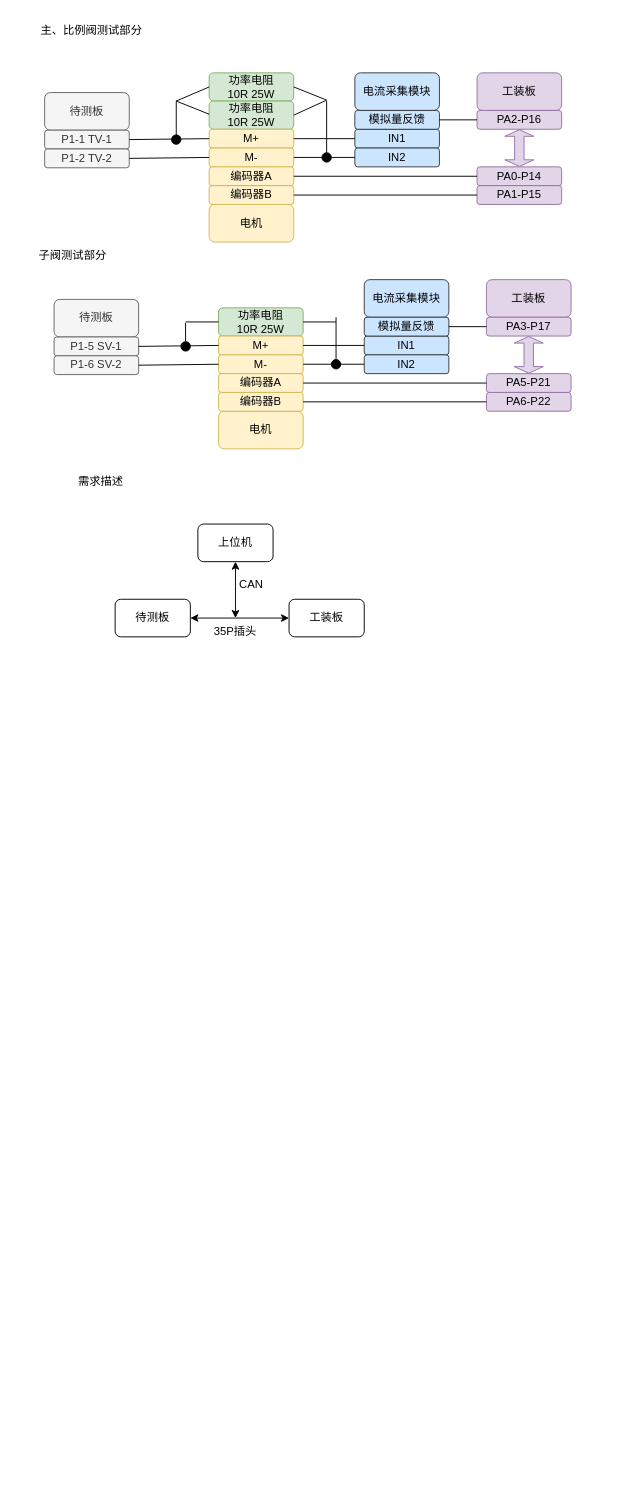
This is NMC215.drawio from Hanye1108/drawio, a draw.io file, before an edit. Source tidied: cells renumbered, new cells numbered last; positions are measured from the earlier drawing's top-left corner, leaving out a move shared by most shapes. Both pictures are drawn from the tidied source at 94%, with x=0, y=0 at pixel (16, 16).
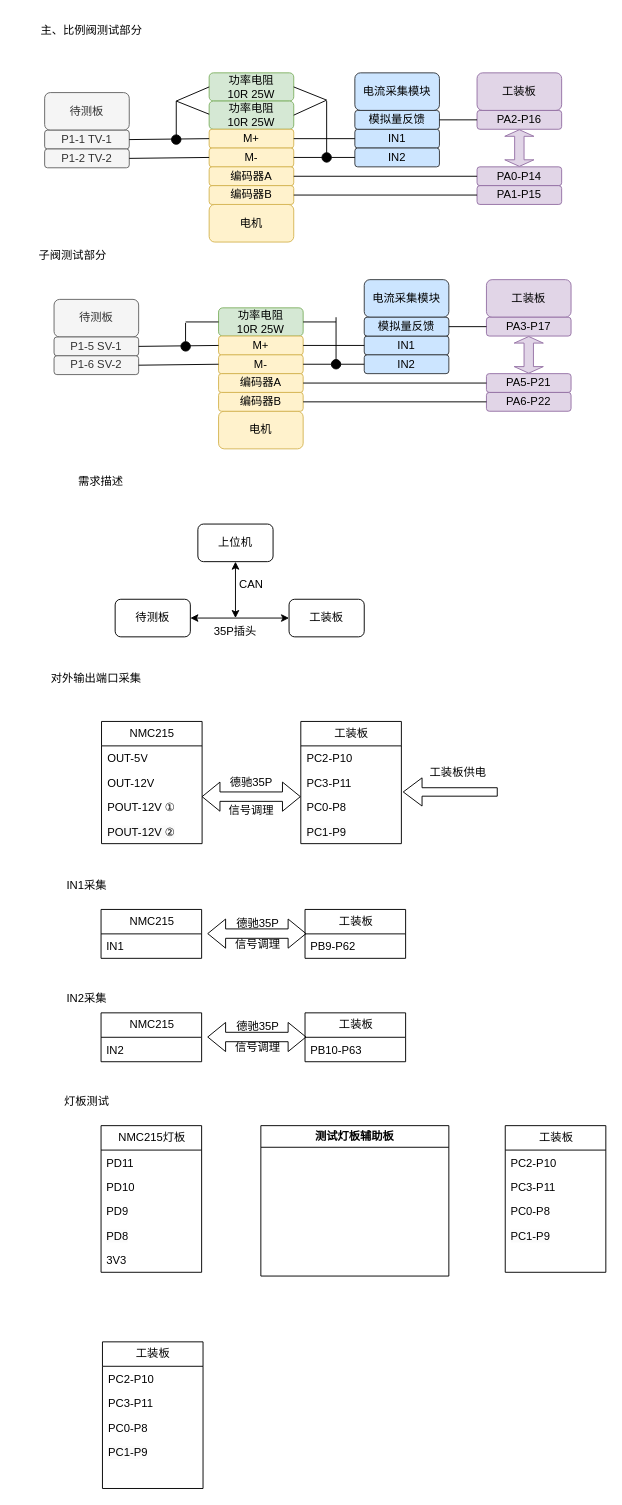
After the change.

What changed in the source:
```diff
@@
+    <mxCell id="77" value="对外输出端口采集" style="text;strokeColor=none;align=center;fillColor=none;html=1;verticalAlign=middle;whiteSpace=wrap;rounded=0;" parent="1" vertex="1">
+      <mxGeometry x="25" y="690" width="120" height="30" as="geometry" />
+    </mxCell>
+    <mxCell id="78" style="shape=singleArrow;direction=west;whiteSpace=wrap;html=1;" parent="1" vertex="1">
+      <mxGeometry x="411.5" y="810" width="100" height="30" as="geometry" />
+    </mxCell>
+    <mxCell id="79" value="工装板供电" style="text;strokeColor=none;align=center;fillColor=none;html=1;verticalAlign=middle;whiteSpace=wrap;rounded=0;" parent="1" vertex="1">
+      <mxGeometry x="409.5" y="790" width="120" height="30" as="geometry" />
+    </mxCell>
+    <mxCell id="80" style="shape=flexArrow;endArrow=classic;startArrow=classic;html=1;rounded=0;entryX=0;entryY=0.5;entryDx=0;entryDy=0;exitX=1;exitY=0.5;exitDx=0;exitDy=0;" parent="1" edge="1">
+      <mxGeometry relative="1" as="geometry">
+        <mxPoint x="197" y="830" as="sourcePoint" />
+        <mxPoint x="302.5" y="830" as="targetPoint" />
+      </mxGeometry>
+    </mxCell>
+    <mxCell id="81" value="德驰35P" style="text;strokeColor=none;align=center;fillColor=none;html=1;verticalAlign=middle;whiteSpace=wrap;rounded=0;" parent="1" vertex="1">
+      <mxGeometry x="190" y="800" width="120" height="30" as="geometry" />
+    </mxCell>
+    <mxCell id="82" value="NMC215" style="swimlane;fontStyle=0;horizontal=1;startSize=26;fillColor=none;html=1;" parent="1" vertex="1">
+      <mxGeometry x="90.5" y="750" width="107" height="130" as="geometry" />
+    </mxCell>
+    <mxCell id="83" value="OUT-5V" style="text;strokeColor=none;fillColor=none;align=left;verticalAlign=top;spacingLeft=4;spacingRight=4;overflow=hidden;whiteSpace=wrap;html=1;" parent="82" vertex="1">
+      <mxGeometry y="26" width="107" height="26" as="geometry" />
+    </mxCell>
+    <mxCell id="84" value="OUT-12V" style="text;strokeColor=none;fillColor=none;align=left;verticalAlign=top;spacingLeft=4;spacingRight=4;overflow=hidden;whiteSpace=wrap;html=1;" parent="82" vertex="1">
+      <mxGeometry y="52" width="107" height="26" as="geometry" />
+    </mxCell>
+    <mxCell id="85" value="POUT-12V ①" style="text;strokeColor=none;fillColor=none;align=left;verticalAlign=top;spacingLeft=4;spacingRight=4;overflow=hidden;whiteSpace=wrap;html=1;" parent="82" vertex="1">
+      <mxGeometry y="78" width="107" height="26" as="geometry" />
+    </mxCell>
+    <mxCell id="86" value="&lt;span style=&quot;color: rgb(0, 0, 0); font-family: Helvetica; font-size: 12px; font-style: normal; font-variant-ligatures: normal; font-variant-caps: normal; font-weight: 400; letter-spacing: normal; orphans: 2; text-align: left; text-indent: 0px; text-transform: none; widows: 2; word-spacing: 0px; -webkit-text-stroke-width: 0px; white-space: normal; background-color: rgb(251, 251, 251); text-decoration-thickness: initial; text-decoration-style: initial; text-decoration-color: initial; display: inline !important; float: none;&quot;&gt;POUT-12V ②&lt;/span&gt;" style="text;strokeColor=none;fillColor=none;align=left;verticalAlign=top;spacingLeft=4;spacingRight=4;overflow=hidden;whiteSpace=wrap;html=1;" parent="82" vertex="1">
+      <mxGeometry y="104" width="107" height="26" as="geometry" />
+    </mxCell>
+    <mxCell id="87" value="工装板" style="swimlane;fontStyle=0;horizontal=1;startSize=26;fillColor=none;html=1;" parent="1" vertex="1">
+      <mxGeometry x="302.5" y="750" width="107" height="130" as="geometry" />
+    </mxCell>
+    <mxCell id="88" value="PC2-P10" style="text;strokeColor=none;fillColor=none;align=left;verticalAlign=top;spacingLeft=4;spacingRight=4;overflow=hidden;whiteSpace=wrap;html=1;" parent="87" vertex="1">
+      <mxGeometry y="26" width="107" height="26" as="geometry" />
+    </mxCell>
+    <mxCell id="89" value="PC3-P11" style="text;strokeColor=none;fillColor=none;align=left;verticalAlign=top;spacingLeft=4;spacingRight=4;overflow=hidden;whiteSpace=wrap;html=1;" parent="87" vertex="1">
+      <mxGeometry y="52" width="107" height="26" as="geometry" />
+    </mxCell>
+    <mxCell id="90" value="PC0-P8" style="text;strokeColor=none;fillColor=none;align=left;verticalAlign=top;spacingLeft=4;spacingRight=4;overflow=hidden;whiteSpace=wrap;html=1;" parent="87" vertex="1">
+      <mxGeometry y="78" width="107" height="26" as="geometry" />
+    </mxCell>
+    <mxCell id="91" value="&lt;span style=&quot;color: rgb(0, 0, 0); font-family: Helvetica; font-size: 12px; font-style: normal; font-variant-ligatures: normal; font-variant-caps: normal; font-weight: 400; letter-spacing: normal; orphans: 2; text-align: left; text-indent: 0px; text-transform: none; widows: 2; word-spacing: 0px; -webkit-text-stroke-width: 0px; white-space: normal; background-color: rgb(251, 251, 251); text-decoration-thickness: initial; text-decoration-style: initial; text-decoration-color: initial; display: inline !important; float: none;&quot;&gt;PC1-P9&lt;/span&gt;" style="text;strokeColor=none;fillColor=none;align=left;verticalAlign=top;spacingLeft=4;spacingRight=4;overflow=hidden;whiteSpace=wrap;html=1;" parent="87" vertex="1">
+      <mxGeometry y="104" width="107" height="26" as="geometry" />
+    </mxCell>
+    <mxCell id="92" value="信号调理" style="text;strokeColor=none;align=center;fillColor=none;html=1;verticalAlign=middle;whiteSpace=wrap;rounded=0;" parent="1" vertex="1">
+      <mxGeometry x="190" y="830" width="120" height="30" as="geometry" />
+    </mxCell>
+    <mxCell id="93" value="IN1采集" style="text;strokeColor=none;align=center;fillColor=none;html=1;verticalAlign=middle;whiteSpace=wrap;rounded=0;" parent="1" vertex="1">
+      <mxGeometry x="15" y="910" width="120" height="30" as="geometry" />
+    </mxCell>
+    <mxCell id="94" style="shape=flexArrow;endArrow=classic;startArrow=classic;html=1;rounded=0;entryX=0;entryY=0.5;entryDx=0;entryDy=0;exitX=1;exitY=0.5;exitDx=0;exitDy=0;" parent="1" edge="1">
+      <mxGeometry relative="1" as="geometry">
+        <mxPoint x="203" y="975.7" as="sourcePoint" />
+        <mxPoint x="308.5" y="975.7" as="targetPoint" />
+      </mxGeometry>
+    </mxCell>
+    <mxCell id="95" value="德驰35P" style="text;strokeColor=none;align=center;fillColor=none;html=1;verticalAlign=middle;whiteSpace=wrap;rounded=0;" parent="1" vertex="1">
+      <mxGeometry x="197" y="950" width="120" height="30" as="geometry" />
+    </mxCell>
+    <mxCell id="96" value="NMC215" style="swimlane;fontStyle=0;horizontal=1;startSize=26;fillColor=none;html=1;" parent="1" vertex="1">
+      <mxGeometry x="90" y="950" width="107" height="52" as="geometry" />
+    </mxCell>
+    <mxCell id="97" value="IN1" style="text;strokeColor=none;fillColor=none;align=left;verticalAlign=top;spacingLeft=4;spacingRight=4;overflow=hidden;whiteSpace=wrap;html=1;" parent="96" vertex="1">
+      <mxGeometry y="26" width="107" height="26" as="geometry" />
+    </mxCell>
+    <mxCell id="98" value="工装板" style="swimlane;fontStyle=0;horizontal=1;startSize=26;fillColor=none;html=1;" parent="1" vertex="1">
+      <mxGeometry x="307" y="950" width="107" height="52" as="geometry" />
+    </mxCell>
+    <mxCell id="99" value="PB9-P62" style="text;strokeColor=none;fillColor=none;align=left;verticalAlign=top;spacingLeft=4;spacingRight=4;overflow=hidden;whiteSpace=wrap;html=1;" parent="98" vertex="1">
+      <mxGeometry y="26" width="107" height="26" as="geometry" />
+    </mxCell>
+    <mxCell id="100" value="信号调理" style="text;strokeColor=none;align=center;fillColor=none;html=1;verticalAlign=middle;whiteSpace=wrap;rounded=0;" parent="1" vertex="1">
+      <mxGeometry x="197" y="972" width="120" height="30" as="geometry" />
+    </mxCell>
+    <mxCell id="101" style="edgeStyle=orthogonalEdgeStyle;rounded=0;orthogonalLoop=1;jettySize=auto;html=1;exitX=0.5;exitY=1;exitDx=0;exitDy=0;" parent="1" edge="1" source="95" target="95">
+      <mxGeometry relative="1" as="geometry" />
+    </mxCell>
+    <mxCell id="102" style="shape=flexArrow;endArrow=classic;startArrow=classic;html=1;rounded=0;entryX=0;entryY=0.5;entryDx=0;entryDy=0;exitX=1;exitY=0.5;exitDx=0;exitDy=0;" parent="1" edge="1">
+      <mxGeometry relative="1" as="geometry">
+        <mxPoint x="203" y="1085.7" as="sourcePoint" />
+        <mxPoint x="308.5" y="1085.7" as="targetPoint" />
+      </mxGeometry>
+    </mxCell>
+    <mxCell id="103" value="德驰35P" style="text;strokeColor=none;align=center;fillColor=none;html=1;verticalAlign=middle;whiteSpace=wrap;rounded=0;" parent="1" vertex="1">
+      <mxGeometry x="197" y="1060" width="120" height="30" as="geometry" />
+    </mxCell>
+    <mxCell id="104" value="NMC215" style="swimlane;fontStyle=0;horizontal=1;startSize=26;fillColor=none;html=1;" parent="1" vertex="1">
+      <mxGeometry x="90" y="1060" width="107" height="52" as="geometry" />
+    </mxCell>
+    <mxCell id="105" value="IN2" style="text;strokeColor=none;fillColor=none;align=left;verticalAlign=top;spacingLeft=4;spacingRight=4;overflow=hidden;whiteSpace=wrap;html=1;" parent="104" vertex="1">
+      <mxGeometry y="26" width="107" height="26" as="geometry" />
+    </mxCell>
+    <mxCell id="106" value="工装板" style="swimlane;fontStyle=0;horizontal=1;startSize=26;fillColor=none;html=1;" parent="1" vertex="1">
+      <mxGeometry x="307" y="1060" width="107" height="52" as="geometry" />
+    </mxCell>
+    <mxCell id="107" value="PB10-P63" style="text;strokeColor=none;fillColor=none;align=left;verticalAlign=top;spacingLeft=4;spacingRight=4;overflow=hidden;whiteSpace=wrap;html=1;" parent="106" vertex="1">
+      <mxGeometry y="26" width="107" height="26" as="geometry" />
+    </mxCell>
+    <mxCell id="108" value="信号调理" style="text;strokeColor=none;align=center;fillColor=none;html=1;verticalAlign=middle;whiteSpace=wrap;rounded=0;" parent="1" vertex="1">
+      <mxGeometry x="197" y="1082" width="120" height="30" as="geometry" />
+    </mxCell>
+    <mxCell id="109" style="edgeStyle=orthogonalEdgeStyle;rounded=0;orthogonalLoop=1;jettySize=auto;html=1;exitX=0.5;exitY=1;exitDx=0;exitDy=0;" parent="1" edge="1" source="103" target="103">
+      <mxGeometry relative="1" as="geometry" />
+    </mxCell>
+    <mxCell id="110" value="IN2采集" style="text;strokeColor=none;align=center;fillColor=none;html=1;verticalAlign=middle;whiteSpace=wrap;rounded=0;" parent="1" vertex="1">
+      <mxGeometry x="15" y="1030" width="120" height="30" as="geometry" />
+    </mxCell>
+    <mxCell id="111" value="灯板测试" style="text;strokeColor=none;align=center;fillColor=none;html=1;verticalAlign=middle;whiteSpace=wrap;rounded=0;" parent="1" vertex="1">
+      <mxGeometry x="15" y="1140" width="120" height="30" as="geometry" />
+    </mxCell>
+    <mxCell id="112" value="NMC215灯板" style="swimlane;fontStyle=0;horizontal=1;startSize=26;fillColor=none;html=1;" parent="1" vertex="1">
+      <mxGeometry x="90" y="1180" width="107" height="156" as="geometry" />
+    </mxCell>
+    <mxCell id="113" value="PD11" style="text;strokeColor=none;fillColor=none;align=left;verticalAlign=top;spacingLeft=4;spacingRight=4;overflow=hidden;whiteSpace=wrap;html=1;" parent="112" vertex="1">
+      <mxGeometry y="26" width="107" height="26" as="geometry" />
+    </mxCell>
+    <mxCell id="114" value="PD10" style="text;strokeColor=none;fillColor=none;align=left;verticalAlign=top;spacingLeft=4;spacingRight=4;overflow=hidden;whiteSpace=wrap;html=1;" parent="112" vertex="1">
+      <mxGeometry y="52" width="107" height="26" as="geometry" />
+    </mxCell>
+    <mxCell id="115" value="PD9" style="text;strokeColor=none;fillColor=none;align=left;verticalAlign=top;spacingLeft=4;spacingRight=4;overflow=hidden;whiteSpace=wrap;html=1;" parent="112" vertex="1">
+      <mxGeometry y="78" width="107" height="26" as="geometry" />
+    </mxCell>
+    <mxCell id="116" value="&lt;span style=&quot;color: rgb(0, 0, 0); font-family: Helvetica; font-size: 12px; font-style: normal; font-variant-ligatures: normal; font-variant-caps: normal; font-weight: 400; letter-spacing: normal; orphans: 2; text-align: left; text-indent: 0px; text-transform: none; widows: 2; word-spacing: 0px; -webkit-text-stroke-width: 0px; white-space: normal; background-color: rgb(251, 251, 251); text-decoration-thickness: initial; text-decoration-style: initial; text-decoration-color: initial; display: inline !important; float: none;&quot;&gt;PD8&lt;/span&gt;" style="text;strokeColor=none;fillColor=none;align=left;verticalAlign=top;spacingLeft=4;spacingRight=4;overflow=hidden;whiteSpace=wrap;html=1;" parent="112" vertex="1">
+      <mxGeometry y="104" width="107" height="26" as="geometry" />
+    </mxCell>
+    <mxCell id="117" value="3V3" style="text;strokeColor=none;fillColor=none;align=left;verticalAlign=top;spacingLeft=4;spacingRight=4;overflow=hidden;whiteSpace=wrap;html=1;" parent="112" vertex="1">
+      <mxGeometry y="130" width="107" height="26" as="geometry" />
+    </mxCell>
+    <mxCell id="118" value="工装板" style="swimlane;fontStyle=0;horizontal=1;startSize=26;fillColor=none;html=1;" parent="1" vertex="1">
+      <mxGeometry x="520" y="1180" width="107" height="156" as="geometry" />
+    </mxCell>
+    <mxCell id="119" value="PC2-P10" style="text;strokeColor=none;fillColor=none;align=left;verticalAlign=top;spacingLeft=4;spacingRight=4;overflow=hidden;whiteSpace=wrap;html=1;" parent="118" vertex="1">
+      <mxGeometry y="26" width="107" height="26" as="geometry" />
+    </mxCell>
+    <mxCell id="120" value="PC3-P11" style="text;strokeColor=none;fillColor=none;align=left;verticalAlign=top;spacingLeft=4;spacingRight=4;overflow=hidden;whiteSpace=wrap;html=1;" parent="118" vertex="1">
+      <mxGeometry y="52" width="107" height="26" as="geometry" />
+    </mxCell>
+    <mxCell id="121" value="PC0-P8" style="text;strokeColor=none;fillColor=none;align=left;verticalAlign=top;spacingLeft=4;spacingRight=4;overflow=hidden;whiteSpace=wrap;html=1;" parent="118" vertex="1">
+      <mxGeometry y="78" width="107" height="26" as="geometry" />
+    </mxCell>
+    <mxCell id="122" value="&lt;span style=&quot;color: rgb(0, 0, 0); font-family: Helvetica; font-size: 12px; font-style: normal; font-variant-ligatures: normal; font-variant-caps: normal; font-weight: 400; letter-spacing: normal; orphans: 2; text-align: left; text-indent: 0px; text-transform: none; widows: 2; word-spacing: 0px; -webkit-text-stroke-width: 0px; white-space: normal; background-color: rgb(251, 251, 251); text-decoration-thickness: initial; text-decoration-style: initial; text-decoration-color: initial; display: inline !important; float: none;&quot;&gt;PC1-P9&lt;/span&gt;" style="text;strokeColor=none;fillColor=none;align=left;verticalAlign=top;spacingLeft=4;spacingRight=4;overflow=hidden;whiteSpace=wrap;html=1;" parent="118" vertex="1">
+      <mxGeometry y="104" width="107" height="26" as="geometry" />
+    </mxCell>
+    <mxCell id="123" style="text;strokeColor=none;fillColor=none;align=left;verticalAlign=top;spacingLeft=4;spacingRight=4;overflow=hidden;whiteSpace=wrap;html=1;" parent="118" vertex="1">
+      <mxGeometry y="130" width="107" height="26" as="geometry" />
+    </mxCell>
+    <mxCell id="124" value="工装板" style="swimlane;fontStyle=0;horizontal=1;startSize=26;fillColor=none;html=1;" parent="1" vertex="1">
+      <mxGeometry x="91.5" y="1410" width="107" height="156" as="geometry" />
+    </mxCell>
+    <mxCell id="125" value="PC2-P10" style="text;strokeColor=none;fillColor=none;align=left;verticalAlign=top;spacingLeft=4;spacingRight=4;overflow=hidden;whiteSpace=wrap;html=1;" parent="124" vertex="1">
+      <mxGeometry y="26" width="107" height="26" as="geometry" />
+    </mxCell>
+    <mxCell id="126" value="PC3-P11" style="text;strokeColor=none;fillColor=none;align=left;verticalAlign=top;spacingLeft=4;spacingRight=4;overflow=hidden;whiteSpace=wrap;html=1;" parent="124" vertex="1">
+      <mxGeometry y="52" width="107" height="26" as="geometry" />
+    </mxCell>
+    <mxCell id="127" value="PC0-P8" style="text;strokeColor=none;fillColor=none;align=left;verticalAlign=top;spacingLeft=4;spacingRight=4;overflow=hidden;whiteSpace=wrap;html=1;" parent="124" vertex="1">
+      <mxGeometry y="78" width="107" height="26" as="geometry" />
+    </mxCell>
+    <mxCell id="128" value="&lt;span style=&quot;color: rgb(0, 0, 0); font-family: Helvetica; font-size: 12px; font-style: normal; font-variant-ligatures: normal; font-variant-caps: normal; font-weight: 400; letter-spacing: normal; orphans: 2; text-align: left; text-indent: 0px; text-transform: none; widows: 2; word-spacing: 0px; -webkit-text-stroke-width: 0px; white-space: normal; background-color: rgb(251, 251, 251); text-decoration-thickness: initial; text-decoration-style: initial; text-decoration-color: initial; display: inline !important; float: none;&quot;&gt;PC1-P9&lt;/span&gt;" style="text;strokeColor=none;fillColor=none;align=left;verticalAlign=top;spacingLeft=4;spacingRight=4;overflow=hidden;whiteSpace=wrap;html=1;" parent="124" vertex="1">
+      <mxGeometry y="104" width="107" height="26" as="geometry" />
+    </mxCell>
+    <mxCell id="129" style="text;strokeColor=none;fillColor=none;align=left;verticalAlign=top;spacingLeft=4;spacingRight=4;overflow=hidden;whiteSpace=wrap;html=1;" parent="124" vertex="1">
+      <mxGeometry y="130" width="107" height="26" as="geometry" />
+    </mxCell>
+    <mxCell id="130" value="测试灯板辅助板" style="swimlane;whiteSpace=wrap;html=1;" parent="1" vertex="1">
+      <mxGeometry x="260" y="1180" width="200" height="160" as="geometry" />
+    </mxCell>
```
